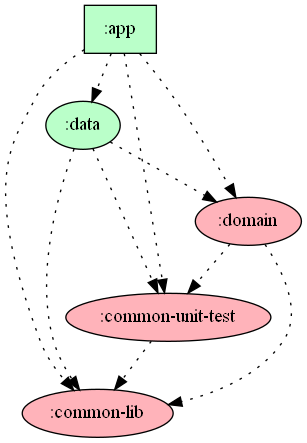
huuphuoc1396/AndroidCleanArchitecture keeps this Graphviz diagram as dependency-graph/project.dot.png. Above is the earlier version. Its source is kept beside it as dependency-graph/project.dot.
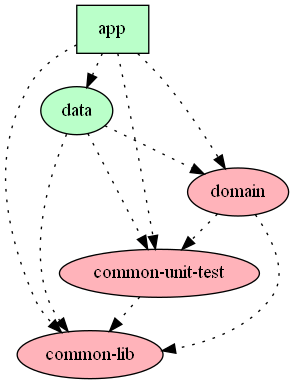
After the change.

The edit, as a diff of the source:
```diff
@@ -1,28 +1,28 @@
 digraph {
-  graph [labelloc=t,fontsize=30,ranksep=0.5];
+  graph [labelloc=t,fontsize=30,ranksep=0.35];
   node [style=filled, fillcolor="#bbbbbb"];
   rankdir=TB;
 
   # Projects
 
-  ":app" [shape=box, fillcolor="#baffc9"];
-  ":common-lib" [fillcolor="#ffb3ba"];
-  ":common-unit-test" [fillcolor="#ffb3ba"];
-  ":data" [fillcolor="#baffc9"];
-  ":domain" [fillcolor="#ffb3ba"];
+  "app" [shape=box, fillcolor="#baffc9"];
+  "common-lib" [fillcolor="#ffb3ba"];
+  "common-unit-test" [fillcolor="#ffb3ba"];
+  "data" [fillcolor="#baffc9"];
+  "domain" [fillcolor="#ffb3ba"];
 
-  {rank = same; ":app";}
+  {rank = same; "app";}
 
   # Dependencies
 
-  ":app" -> ":data" [style=dotted]
-  ":app" -> ":domain" [style=dotted]
-  ":app" -> ":common-lib" [style=dotted]
-  ":app" -> ":common-unit-test" [style=dotted]
-  ":common-unit-test" -> ":common-lib" [style=dotted]
-  ":data" -> ":domain" [style=dotted]
-  ":data" -> ":common-lib" [style=dotted]
-  ":data" -> ":common-unit-test" [style=dotted]
-  ":domain" -> ":common-lib" [style=dotted]
-  ":domain" -> ":common-unit-test" [style=dotted]
+  "app" -> "data" [style=dotted]
+  "app" -> "domain" [style=dotted]
+  "app" -> "common-lib" [style=dotted]
+  "app" -> "common-unit-test" [style=dotted]
+  "data" -> "domain" [style=dotted]
+  "data" -> "common-lib" [style=dotted]
+  "data" -> "common-unit-test" [style=dotted]
+  "domain" -> "common-lib" [style=dotted]
+  "domain" -> "common-unit-test" [style=dotted]
+  "common-unit-test" -> "common-lib" [style=dotted]
 }
```
